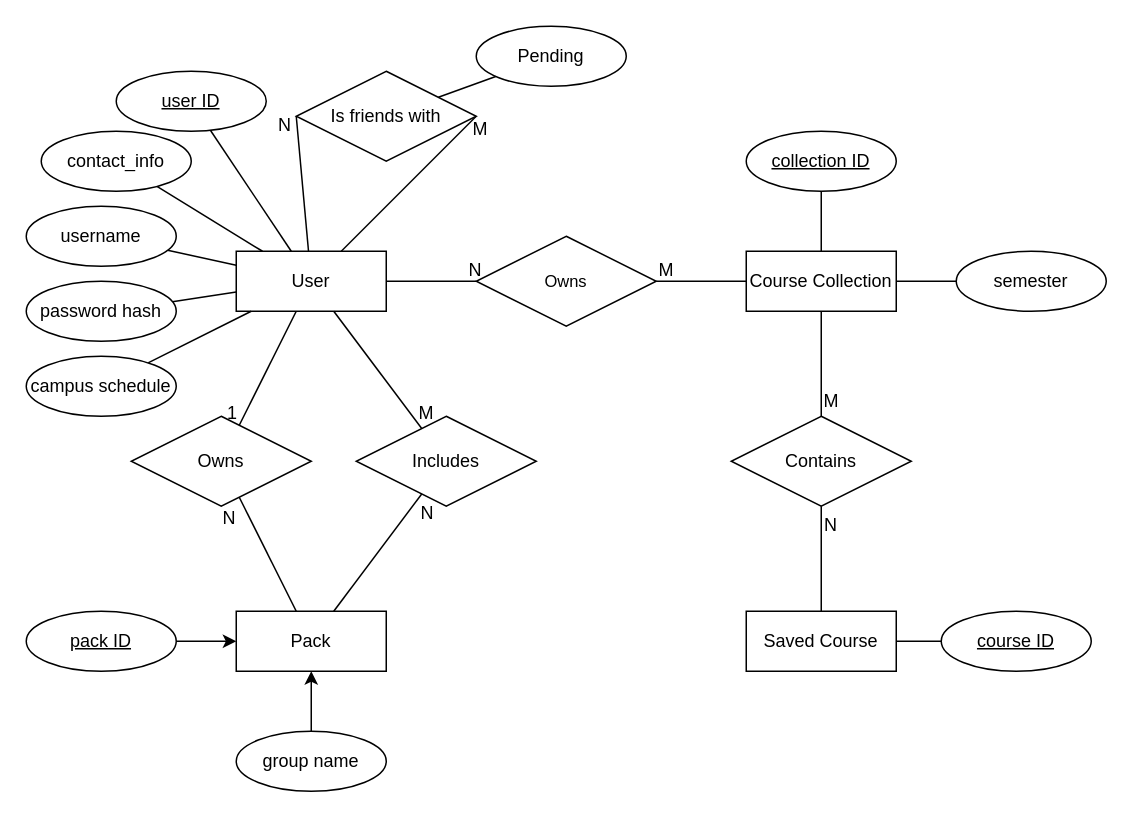
This is docs/ER.drawio from Daniel101Shi/CMPT372-Group-Project, a draw.io file, before an edit. Source tidied: cells renumbered, new cells numbered last; positions are measured from the earlier drawing's top-left corner, leaving out a move shared by most shapes. Both pictures are drawn from the tidied source at 150%, with x=0, y=0 at pixel (26, 26).
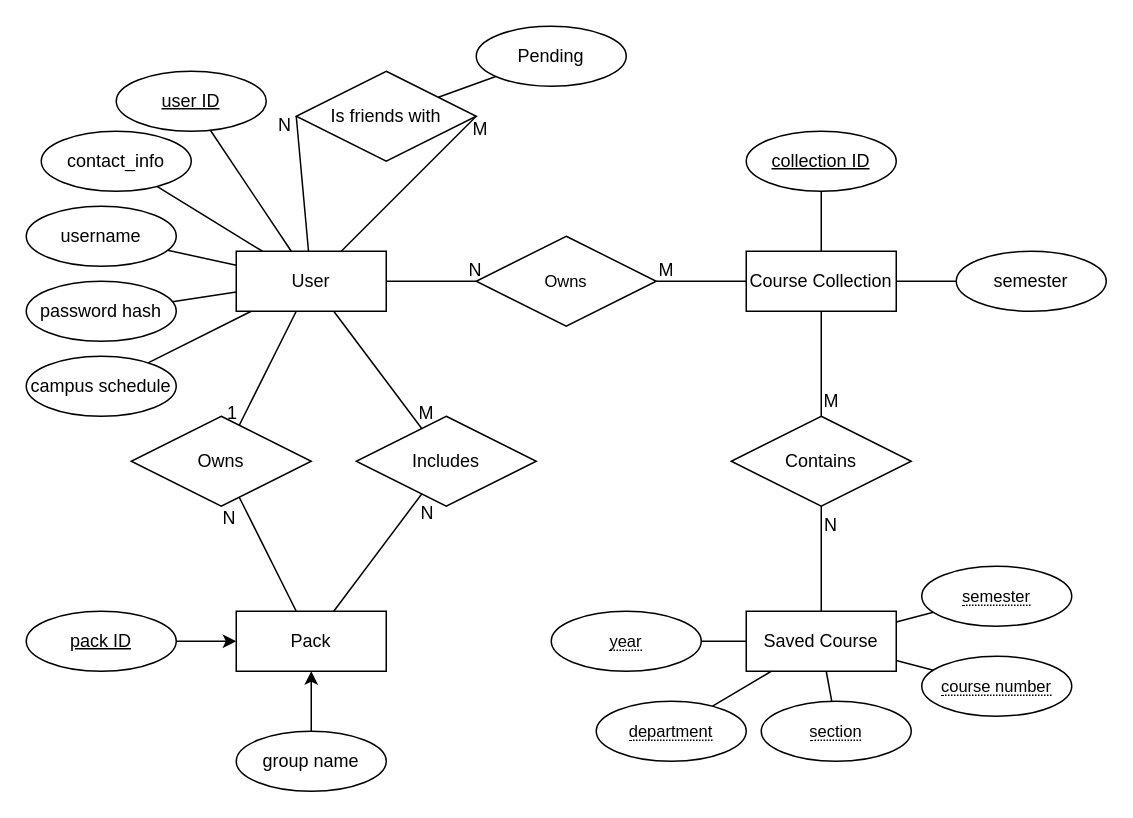
The same diagram, later.

Commit message:
updated saved course er diagram attributes

The change refers to these unchanged cells:
```xml
<mxCell id="2" value="Saved Course" style="whiteSpace=wrap;html=1;align=center;" parent="1" vertex="1">
  <mxGeometry x="480" y="390" width="100" height="40" as="geometry" />
</mxCell>
```

What changed in the source:
```diff
@@
-    <mxCell id="34" style="edgeStyle=none;shape=connector;rounded=0;jettySize=auto;html=1;strokeColor=default;align=center;verticalAlign=middle;fontFamily=Helvetica;fontSize=11;fontColor=default;labelBackgroundColor=default;endArrow=none;" parent="1" edge="1" source="35" target="2">
-      <mxGeometry relative="1" as="geometry" />
-    </mxCell>
-    <mxCell id="35" value="course ID" style="ellipse;whiteSpace=wrap;html=1;align=center;fontStyle=4;" parent="1" vertex="1">
-      <mxGeometry x="610" y="390" width="100" height="40" as="geometry" />
-    </mxCell>
@@
+    <mxCell id="53" style="edgeStyle=none;shape=connector;rounded=0;jettySize=auto;html=1;strokeColor=default;align=center;verticalAlign=middle;fontFamily=Helvetica;fontSize=11;fontColor=default;labelBackgroundColor=default;endArrow=none;" parent="1" edge="1" source="54" target="2">
+      <mxGeometry relative="1" as="geometry" />
+    </mxCell>
+    <mxCell id="54" value="&lt;span style=&quot;border-bottom: 1px dotted&quot;&gt;semester&lt;/span&gt;" style="ellipse;whiteSpace=wrap;html=1;align=center;fontFamily=Helvetica;fontSize=11;fontColor=default;labelBackgroundColor=default;" parent="1" vertex="1">
+      <mxGeometry x="597" y="360" width="100" height="40" as="geometry" />
+    </mxCell>
+    <mxCell id="55" style="edgeStyle=none;shape=connector;rounded=0;jettySize=auto;html=1;strokeColor=default;align=center;verticalAlign=middle;fontFamily=Helvetica;fontSize=11;fontColor=default;labelBackgroundColor=default;endArrow=none;" parent="1" edge="1" source="56" target="2">
+      <mxGeometry relative="1" as="geometry" />
+    </mxCell>
+    <mxCell id="56" value="&lt;span style=&quot;border-bottom: 1px dotted&quot;&gt;course number&lt;/span&gt;" style="ellipse;whiteSpace=wrap;html=1;align=center;fontFamily=Helvetica;fontSize=11;fontColor=default;labelBackgroundColor=default;" parent="1" vertex="1">
+      <mxGeometry x="597" y="420" width="100" height="40" as="geometry" />
+    </mxCell>
+    <mxCell id="57" style="edgeStyle=none;shape=connector;rounded=0;jettySize=auto;html=1;strokeColor=default;align=center;verticalAlign=middle;fontFamily=Helvetica;fontSize=11;fontColor=default;labelBackgroundColor=default;endArrow=none;" parent="1" edge="1" source="58" target="2">
+      <mxGeometry relative="1" as="geometry" />
+    </mxCell>
+    <mxCell id="58" value="&lt;span style=&quot;border-bottom: 1px dotted&quot;&gt;section&lt;/span&gt;" style="ellipse;whiteSpace=wrap;html=1;align=center;fontFamily=Helvetica;fontSize=11;fontColor=default;labelBackgroundColor=default;" parent="1" vertex="1">
+      <mxGeometry x="490" y="450" width="100" height="40" as="geometry" />
+    </mxCell>
+    <mxCell id="59" style="edgeStyle=none;shape=connector;rounded=0;jettySize=auto;html=1;strokeColor=default;align=center;verticalAlign=middle;fontFamily=Helvetica;fontSize=11;fontColor=default;labelBackgroundColor=default;endArrow=none;" parent="1" edge="1" source="60" target="2">
+      <mxGeometry relative="1" as="geometry" />
+    </mxCell>
+    <mxCell id="60" value="&lt;span style=&quot;border-bottom: 1px dotted&quot;&gt;department&lt;/span&gt;" style="ellipse;whiteSpace=wrap;html=1;align=center;fontFamily=Helvetica;fontSize=11;fontColor=default;labelBackgroundColor=default;" parent="1" vertex="1">
+      <mxGeometry x="380" y="450" width="100" height="40" as="geometry" />
+    </mxCell>
+    <mxCell id="61" style="edgeStyle=none;shape=connector;rounded=0;jettySize=auto;html=1;strokeColor=default;align=center;verticalAlign=middle;fontFamily=Helvetica;fontSize=11;fontColor=default;labelBackgroundColor=default;endArrow=none;" parent="1" edge="1" source="62" target="2">
+      <mxGeometry relative="1" as="geometry" />
+    </mxCell>
+    <mxCell id="62" value="&lt;span style=&quot;border-bottom: 1px dotted&quot;&gt;year&lt;/span&gt;" style="ellipse;whiteSpace=wrap;html=1;align=center;fontFamily=Helvetica;fontSize=11;fontColor=default;labelBackgroundColor=default;" parent="1" vertex="1">
+      <mxGeometry x="350" y="390" width="100" height="40" as="geometry" />
+    </mxCell>
```
